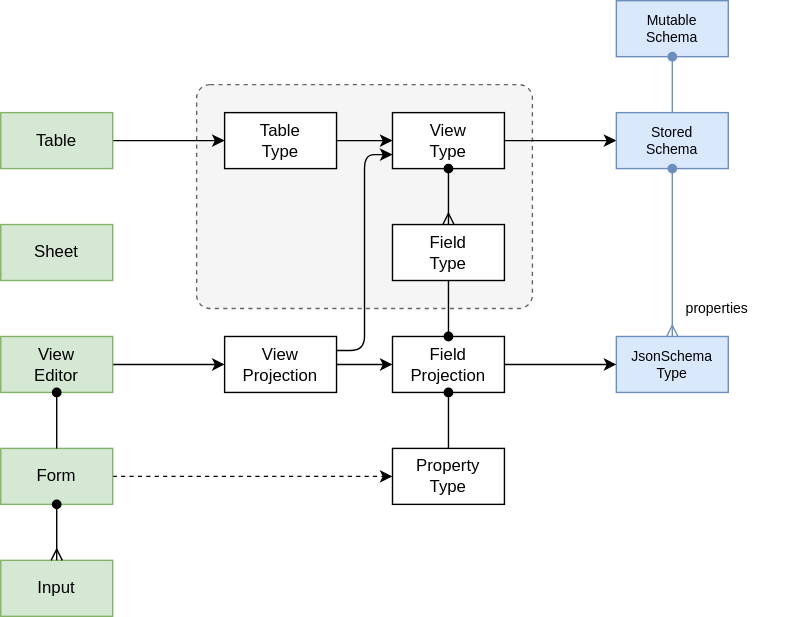
The draw.io diagram packages/sdk/schema/docs/schema.drawio.svg in dxos/dxos, before a commit. Source tidied: cells renumbered, new cells last; positions are measured from the earlier drawing's top-left corner, leaving out a move shared by most shapes. The source it was exported from:
```xml
<mxGraphModel>
  <root>
    <mxCell id="0" />
    <mxCell id="1" parent="0" />
    <mxCell id="2" style="rounded=1;whiteSpace=wrap;html=1;dashed=1;glass=0;perimeterSpacing=0;strokeColor=#666666;shadow=0;fillColor=#f5f5f5;fontColor=#333333;arcSize=6;" parent="1" vertex="1">
      <mxGeometry x="140" y="60" width="240" height="160" as="geometry" />
    </mxCell>
    <mxCell id="3" value="JsonSchema&lt;br style=&quot;font-size: 10px;&quot;&gt;Type" style="rounded=0;whiteSpace=wrap;html=1;fontSize=10;fillColor=#dae8fc;strokeColor=#6c8ebf;" parent="1" vertex="1">
      <mxGeometry x="440" y="240" width="80" height="40" as="geometry" />
    </mxCell>
    <mxCell id="4" style="edgeStyle=none;html=1;exitX=1;exitY=0.5;exitDx=0;exitDy=0;" parent="1" edge="1" source="5" target="8">
      <mxGeometry relative="1" as="geometry" />
    </mxCell>
    <mxCell id="5" value="View&lt;br&gt;Type" style="rounded=0;whiteSpace=wrap;html=1;" parent="1" vertex="1">
      <mxGeometry x="280" y="80" width="80" height="40" as="geometry" />
    </mxCell>
    <mxCell id="6" style="edgeStyle=none;html=1;exitX=1;exitY=0.5;exitDx=0;exitDy=0;" parent="1" edge="1" source="7" target="5">
      <mxGeometry relative="1" as="geometry" />
    </mxCell>
    <mxCell id="7" value="Table&lt;br&gt;Type" style="rounded=0;whiteSpace=wrap;html=1;" parent="1" vertex="1">
      <mxGeometry x="160" y="80" width="80" height="40" as="geometry" />
    </mxCell>
    <mxCell id="8" value="Stored&lt;br style=&quot;font-size: 10px;&quot;&gt;Schema" style="rounded=0;whiteSpace=wrap;html=1;fontSize=10;fillColor=#dae8fc;strokeColor=#6c8ebf;" parent="1" vertex="1">
      <mxGeometry x="440" y="80" width="80" height="40" as="geometry" />
    </mxCell>
    <mxCell id="9" style="edgeStyle=none;html=1;exitX=1;exitY=0.5;exitDx=0;exitDy=0;strokeColor=#000000;fontSize=10;startArrow=none;startFill=0;endArrow=classic;endFill=1;dashed=1;" parent="1" edge="1" source="10" target="13">
      <mxGeometry relative="1" as="geometry" />
    </mxCell>
    <mxCell id="10" value="Form" style="rounded=0;whiteSpace=wrap;html=1;fillColor=#d5e8d4;strokeColor=#82b366;" parent="1" vertex="1">
      <mxGeometry y="320" width="80" height="40" as="geometry" />
    </mxCell>
    <mxCell id="11" style="edgeStyle=none;html=1;fontSize=10;startArrow=none;startFill=0;endArrow=classic;endFill=1;" parent="1" edge="1" source="12" target="16">
      <mxGeometry relative="1" as="geometry" />
    </mxCell>
    <mxCell id="12" value="View&lt;br&gt;Editor" style="rounded=0;whiteSpace=wrap;html=1;fillColor=#d5e8d4;strokeColor=#82b366;" parent="1" vertex="1">
      <mxGeometry y="240" width="80" height="40" as="geometry" />
    </mxCell>
    <mxCell id="13" value="Property&lt;br style=&quot;font-size: 12px;&quot;&gt;Type" style="rounded=0;whiteSpace=wrap;html=1;fontSize=12;" parent="1" vertex="1">
      <mxGeometry x="280" y="320" width="80" height="40" as="geometry" />
    </mxCell>
    <mxCell id="14" style="edgeStyle=none;html=1;exitX=1;exitY=0.5;exitDx=0;exitDy=0;fontSize=10;startArrow=none;startFill=0;endArrow=classic;endFill=1;" parent="1" edge="1" source="16" target="19">
      <mxGeometry relative="1" as="geometry" />
    </mxCell>
    <mxCell id="15" style="edgeStyle=none;html=1;exitX=1;exitY=0.25;exitDx=0;exitDy=0;entryX=0;entryY=0.75;entryDx=0;entryDy=0;strokeColor=#000000;fontSize=10;startArrow=none;startFill=0;endArrow=classic;endFill=1;rounded=1;jumpSize=0;" parent="1" edge="1" source="16" target="5">
      <mxGeometry relative="1" as="geometry">
        <Array as="points">
          <mxPoint x="260" y="250" />
          <mxPoint x="260" y="110" />
        </Array>
      </mxGeometry>
    </mxCell>
    <mxCell id="16" value="View&lt;br&gt;Projection" style="rounded=0;whiteSpace=wrap;html=1;" parent="1" vertex="1">
      <mxGeometry x="160" y="240" width="80" height="40" as="geometry" />
    </mxCell>
    <mxCell id="17" value="Field&lt;br&gt;Type" style="rounded=0;whiteSpace=wrap;html=1;" parent="1" vertex="1">
      <mxGeometry x="280" y="160" width="80" height="40" as="geometry" />
    </mxCell>
    <mxCell id="18" style="edgeStyle=none;html=1;exitX=1;exitY=0.5;exitDx=0;exitDy=0;fontSize=12;startArrow=none;startFill=0;endArrow=classic;endFill=1;" parent="1" edge="1" source="19" target="3">
      <mxGeometry relative="1" as="geometry" />
    </mxCell>
    <mxCell id="19" value="Field&lt;br&gt;Projection" style="rounded=0;whiteSpace=wrap;html=1;" parent="1" vertex="1">
      <mxGeometry x="280" y="240" width="80" height="40" as="geometry" />
    </mxCell>
    <mxCell id="20" style="edgeStyle=none;html=1;exitX=1;exitY=0.5;exitDx=0;exitDy=0;fontSize=10;startArrow=none;startFill=0;endArrow=classic;endFill=1;" parent="1" edge="1" source="21" target="7">
      <mxGeometry relative="1" as="geometry" />
    </mxCell>
    <mxCell id="21" value="Table" style="rounded=0;whiteSpace=wrap;html=1;fillColor=#d5e8d4;strokeColor=#82b366;" parent="1" vertex="1">
      <mxGeometry y="80" width="80" height="40" as="geometry" />
    </mxCell>
    <mxCell id="22" style="edgeStyle=none;html=1;exitX=0.5;exitY=0;exitDx=0;exitDy=0;fontSize=10;startArrow=oval;startFill=1;endArrow=none;endFill=0;" parent="1" edge="1" source="19" target="17">
      <mxGeometry relative="1" as="geometry" />
    </mxCell>
    <mxCell id="23" style="edgeStyle=none;html=1;fontSize=10;startArrow=oval;startFill=1;endArrow=none;endFill=0;" parent="1" edge="1" source="12" target="10">
      <mxGeometry relative="1" as="geometry" />
    </mxCell>
    <mxCell id="24" style="edgeStyle=none;html=1;exitX=0.5;exitY=1;exitDx=0;exitDy=0;fontSize=12;startArrow=oval;startFill=1;endArrow=none;endFill=0;" parent="1" edge="1" source="19" target="13">
      <mxGeometry relative="1" as="geometry" />
    </mxCell>
    <mxCell id="25" value="properties" style="text;html=1;strokeColor=none;fillColor=none;align=left;verticalAlign=middle;whiteSpace=wrap;rounded=0;fontSize=10;spacingLeft=8;spacingRight=8;" parent="1" vertex="1">
      <mxGeometry x="480" y="210" width="80" height="20" as="geometry" />
    </mxCell>
    <mxCell id="26" value="Mutable&lt;br style=&quot;font-size: 10px;&quot;&gt;Schema" style="rounded=0;whiteSpace=wrap;html=1;fillColor=#dae8fc;strokeColor=#6c8ebf;fontSize=10;" parent="1" vertex="1">
      <mxGeometry x="440" width="80" height="40" as="geometry" />
    </mxCell>
    <mxCell id="27" style="edgeStyle=none;html=1;exitX=0.5;exitY=1;exitDx=0;exitDy=0;fillColor=#dae8fc;strokeColor=#6c8ebf;endArrow=ERmany;endFill=0;startArrow=oval;startFill=1;" parent="1" edge="1" source="8" target="3">
      <mxGeometry relative="1" as="geometry" />
    </mxCell>
    <mxCell id="28" style="edgeStyle=none;html=1;exitX=0.5;exitY=1;exitDx=0;exitDy=0;entryX=0.5;entryY=0;entryDx=0;entryDy=0;fontSize=10;startArrow=oval;startFill=1;endArrow=none;endFill=0;strokeColor=#6c8ebf;fillColor=#dae8fc;" parent="1" edge="1" source="26" target="8">
      <mxGeometry relative="1" as="geometry" />
    </mxCell>
    <mxCell id="29" value="Input" style="rounded=0;whiteSpace=wrap;html=1;fillColor=#d5e8d4;strokeColor=#82b366;" parent="1" vertex="1">
      <mxGeometry y="400" width="80" height="40" as="geometry" />
    </mxCell>
    <mxCell id="30" style="edgeStyle=none;html=1;exitX=0.5;exitY=1;exitDx=0;exitDy=0;strokeColor=#000000;fontSize=10;startArrow=oval;startFill=1;endArrow=ERmany;endFill=0;" parent="1" edge="1" source="10" target="29">
      <mxGeometry relative="1" as="geometry" />
    </mxCell>
    <mxCell id="31" style="edgeStyle=none;html=1;exitX=0.5;exitY=1;exitDx=0;exitDy=0;entryX=0.5;entryY=0;entryDx=0;entryDy=0;fontSize=10;startArrow=oval;startFill=1;endArrow=ERmany;endFill=0;" parent="1" edge="1" source="5" target="17">
      <mxGeometry relative="1" as="geometry" />
    </mxCell>
    <mxCell id="32" value="Sheet" style="rounded=0;whiteSpace=wrap;html=1;fillColor=#d5e8d4;strokeColor=#82b366;" parent="1" vertex="1">
      <mxGeometry y="160" width="80" height="40" as="geometry" />
    </mxCell>
  </root>
</mxGraphModel>
```
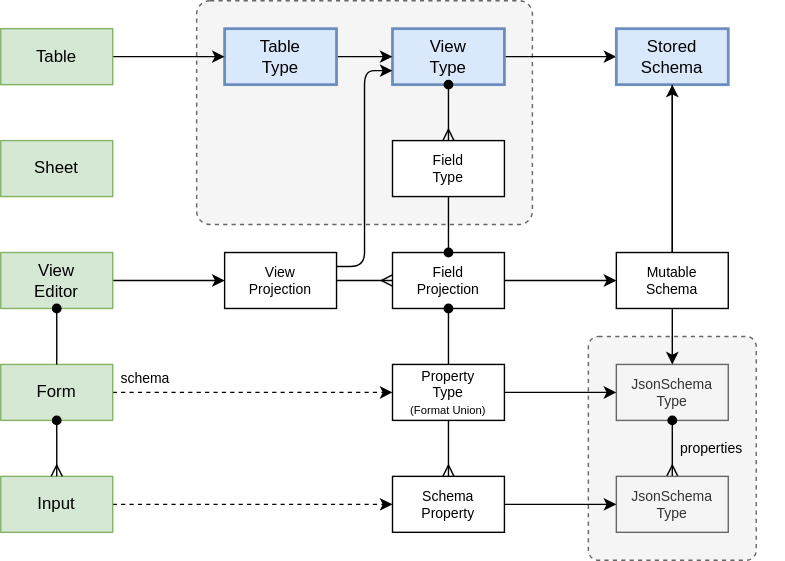
Above is the later version.

The edit, as a diff of the source:
```diff
@@ -2,25 +2,28 @@
   <root>
     <mxCell id="0" />
     <mxCell id="1" parent="0" />
+    <mxCell id="33" style="rounded=1;whiteSpace=wrap;html=1;dashed=1;glass=0;perimeterSpacing=0;strokeColor=#666666;shadow=0;fillColor=#f5f5f5;fontColor=#333333;arcSize=6;" parent="1" vertex="1">
+      <mxGeometry x="420" y="300" width="120" height="160" as="geometry" />
+    </mxCell>
     <mxCell id="2" style="rounded=1;whiteSpace=wrap;html=1;dashed=1;glass=0;perimeterSpacing=0;strokeColor=#666666;shadow=0;fillColor=#f5f5f5;fontColor=#333333;arcSize=6;" parent="1" vertex="1">
       <mxGeometry x="140" y="60" width="240" height="160" as="geometry" />
     </mxCell>
-    <mxCell id="3" value="JsonSchema&lt;br style=&quot;font-size: 10px;&quot;&gt;Type" style="rounded=0;whiteSpace=wrap;html=1;fontSize=10;fillColor=#dae8fc;strokeColor=#6c8ebf;" parent="1" vertex="1">
-      <mxGeometry x="440" y="240" width="80" height="40" as="geometry" />
+    <mxCell id="3" value="JsonSchema&lt;br style=&quot;font-size: 10px;&quot;&gt;Type" style="rounded=0;whiteSpace=wrap;html=1;fontSize=10;fillColor=#f5f5f5;strokeColor=#666666;fontColor=#333333;" parent="1" vertex="1">
+      <mxGeometry x="440" y="320" width="80" height="40" as="geometry" />
     </mxCell>
     <mxCell id="4" style="edgeStyle=none;html=1;exitX=1;exitY=0.5;exitDx=0;exitDy=0;" parent="1" edge="1" source="5" target="8">
       <mxGeometry relative="1" as="geometry" />
     </mxCell>
-    <mxCell id="5" value="View&lt;br&gt;Type" style="rounded=0;whiteSpace=wrap;html=1;" parent="1" vertex="1">
+    <mxCell id="5" value="View&lt;br&gt;Type" style="rounded=0;whiteSpace=wrap;html=1;strokeWidth=2;fillColor=#dae8fc;strokeColor=#6c8ebf;" parent="1" vertex="1">
       <mxGeometry x="280" y="80" width="80" height="40" as="geometry" />
     </mxCell>
     <mxCell id="6" style="edgeStyle=none;html=1;exitX=1;exitY=0.5;exitDx=0;exitDy=0;" parent="1" edge="1" source="7" target="5">
       <mxGeometry relative="1" as="geometry" />
     </mxCell>
-    <mxCell id="7" value="Table&lt;br&gt;Type" style="rounded=0;whiteSpace=wrap;html=1;" parent="1" vertex="1">
+    <mxCell id="7" value="Table&lt;br&gt;Type" style="rounded=0;whiteSpace=wrap;html=1;strokeWidth=2;fillColor=#dae8fc;strokeColor=#6c8ebf;" parent="1" vertex="1">
       <mxGeometry x="160" y="80" width="80" height="40" as="geometry" />
     </mxCell>
-    <mxCell id="8" value="Stored&lt;br style=&quot;font-size: 10px;&quot;&gt;Schema" style="rounded=0;whiteSpace=wrap;html=1;fontSize=10;fillColor=#dae8fc;strokeColor=#6c8ebf;" parent="1" vertex="1">
+    <mxCell id="8" value="Stored&lt;br style=&quot;font-size: 12px;&quot;&gt;Schema" style="rounded=0;whiteSpace=wrap;html=1;fontSize=12;fillColor=#dae8fc;strokeColor=#6c8ebf;strokeWidth=2;" parent="1" vertex="1">
       <mxGeometry x="440" y="80" width="80" height="40" as="geometry" />
     </mxCell>
     <mxCell id="9" style="edgeStyle=none;html=1;exitX=1;exitY=0.5;exitDx=0;exitDy=0;strokeColor=#000000;fontSize=10;startArrow=none;startFill=0;endArrow=classic;endFill=1;dashed=1;" parent="1" edge="1" source="10" target="13">
@@ -35,10 +38,16 @@
     <mxCell id="12" value="View&lt;br&gt;Editor" style="rounded=0;whiteSpace=wrap;html=1;fillColor=#d5e8d4;strokeColor=#82b366;" parent="1" vertex="1">
       <mxGeometry y="240" width="80" height="40" as="geometry" />
     </mxCell>
+    <mxCell id="34" style="edgeStyle=none;html=1;exitX=1;exitY=0.5;exitDx=0;exitDy=0;strokeColor=#000000;fontSize=8;startArrow=none;startFill=0;" parent="1" edge="1" source="13" target="3">
+      <mxGeometry relative="1" as="geometry" />
+    </mxCell>
+    <mxCell id="35" style="edgeStyle=none;html=1;exitX=0.5;exitY=1;exitDx=0;exitDy=0;strokeColor=#000000;fontSize=8;startArrow=none;startFill=0;endArrow=ERmany;endFill=0;" parent="1" edge="1" source="13" target="41">
+      <mxGeometry relative="1" as="geometry" />
+    </mxCell>
-    <mxCell id="13" value="Property&lt;br style=&quot;font-size: 12px;&quot;&gt;Type" style="rounded=0;whiteSpace=wrap;html=1;fontSize=12;" parent="1" vertex="1">
+    <mxCell id="13" value="Property&lt;br style=&quot;font-size: 10px;&quot;&gt;Type&lt;br&gt;&lt;font style=&quot;font-size: 8px;&quot;&gt;(Format Union)&lt;/font&gt;" style="rounded=0;whiteSpace=wrap;html=1;fontSize=10;" parent="1" vertex="1">
       <mxGeometry x="280" y="320" width="80" height="40" as="geometry" />
     </mxCell>
-    <mxCell id="14" style="edgeStyle=none;html=1;exitX=1;exitY=0.5;exitDx=0;exitDy=0;fontSize=10;startArrow=none;startFill=0;endArrow=classic;endFill=1;" parent="1" edge="1" source="16" target="19">
+    <mxCell id="14" style="edgeStyle=none;html=1;exitX=1;exitY=0.5;exitDx=0;exitDy=0;fontSize=10;startArrow=none;startFill=0;endArrow=ERmany;endFill=0;" parent="1" edge="1" source="16" target="19">
       <mxGeometry relative="1" as="geometry" />
     </mxCell>
     <mxCell id="15" style="edgeStyle=none;html=1;exitX=1;exitY=0.25;exitDx=0;exitDy=0;entryX=0;entryY=0.75;entryDx=0;entryDy=0;strokeColor=#000000;fontSize=10;startArrow=none;startFill=0;endArrow=classic;endFill=1;rounded=1;jumpSize=0;" parent="1" edge="1" source="16" target="5">
@@ -49,16 +58,16 @@
         </Array>
       </mxGeometry>
     </mxCell>
-    <mxCell id="16" value="View&lt;br&gt;Projection" style="rounded=0;whiteSpace=wrap;html=1;" parent="1" vertex="1">
+    <mxCell id="16" value="View&lt;br style=&quot;font-size: 10px;&quot;&gt;Projection" style="rounded=0;whiteSpace=wrap;html=1;fontSize=10;" parent="1" vertex="1">
       <mxGeometry x="160" y="240" width="80" height="40" as="geometry" />
     </mxCell>
-    <mxCell id="17" value="Field&lt;br&gt;Type" style="rounded=0;whiteSpace=wrap;html=1;" parent="1" vertex="1">
+    <mxCell id="17" value="Field&lt;br style=&quot;font-size: 10px;&quot;&gt;Type" style="rounded=0;whiteSpace=wrap;html=1;fontSize=10;" parent="1" vertex="1">
       <mxGeometry x="280" y="160" width="80" height="40" as="geometry" />
     </mxCell>
-    <mxCell id="18" style="edgeStyle=none;html=1;exitX=1;exitY=0.5;exitDx=0;exitDy=0;fontSize=12;startArrow=none;startFill=0;endArrow=classic;endFill=1;" parent="1" edge="1" source="19" target="3">
+    <mxCell id="18" style="edgeStyle=none;html=1;fontSize=12;startArrow=none;startFill=0;endArrow=classic;endFill=1;" parent="1" edge="1" source="19" target="26">
       <mxGeometry relative="1" as="geometry" />
     </mxCell>
-    <mxCell id="19" value="Field&lt;br&gt;Projection" style="rounded=0;whiteSpace=wrap;html=1;" parent="1" vertex="1">
+    <mxCell id="19" value="Field&lt;br style=&quot;font-size: 10px;&quot;&gt;Projection" style="rounded=0;whiteSpace=wrap;html=1;fontSize=10;" parent="1" vertex="1">
       <mxGeometry x="280" y="240" width="80" height="40" as="geometry" />
     </mxCell>
     <mxCell id="20" style="edgeStyle=none;html=1;exitX=1;exitY=0.5;exitDx=0;exitDy=0;fontSize=10;startArrow=none;startFill=0;endArrow=classic;endFill=1;" parent="1" edge="1" source="21" target="7">
@@ -76,18 +85,27 @@
     <mxCell id="24" style="edgeStyle=none;html=1;exitX=0.5;exitY=1;exitDx=0;exitDy=0;fontSize=12;startArrow=oval;startFill=1;endArrow=none;endFill=0;" parent="1" edge="1" source="19" target="13">
       <mxGeometry relative="1" as="geometry" />
     </mxCell>
-    <mxCell id="25" value="properties" style="text;html=1;strokeColor=none;fillColor=none;align=left;verticalAlign=middle;whiteSpace=wrap;rounded=0;fontSize=10;spacingLeft=8;spacingRight=8;" parent="1" vertex="1">
-      <mxGeometry x="480" y="210" width="80" height="20" as="geometry" />
+    <mxCell id="25" value="properties" style="text;html=1;strokeColor=none;fillColor=none;align=left;verticalAlign=middle;whiteSpace=wrap;rounded=0;fontSize=10;spacingLeft=4;spacingRight=8;" parent="1" vertex="1">
+      <mxGeometry x="480" y="370" width="80" height="20" as="geometry" />
     </mxCell>
+    <mxCell id="36" style="edgeStyle=none;html=1;strokeColor=#000000;fontSize=10;" parent="1" edge="1" source="26" target="8">
+      <mxGeometry relative="1" as="geometry" />
+    </mxCell>
+    <mxCell id="37" style="edgeStyle=none;html=1;exitX=0.5;exitY=1;exitDx=0;exitDy=0;entryX=0.5;entryY=0;entryDx=0;entryDy=0;strokeColor=#000000;fontSize=10;" parent="1" edge="1" source="26" target="3">
+      <mxGeometry relative="1" as="geometry" />
+    </mxCell>
-    <mxCell id="26" value="Mutable&lt;br style=&quot;font-size: 10px;&quot;&gt;Schema" style="rounded=0;whiteSpace=wrap;html=1;fillColor=#dae8fc;strokeColor=#6c8ebf;fontSize=10;" parent="1" vertex="1">
-      <mxGeometry x="440" width="80" height="40" as="geometry" />
+    <mxCell id="26" value="Mutable&lt;br style=&quot;font-size: 10px;&quot;&gt;Schema" style="rounded=0;whiteSpace=wrap;html=1;fontSize=10;" parent="1" vertex="1">
+      <mxGeometry x="440" y="240" width="80" height="40" as="geometry" />
     </mxCell>
-    <mxCell id="27" style="edgeStyle=none;html=1;exitX=0.5;exitY=1;exitDx=0;exitDy=0;fillColor=#dae8fc;strokeColor=#6c8ebf;endArrow=ERmany;endFill=0;startArrow=oval;startFill=1;" parent="1" edge="1" source="8" target="3">
+    <mxCell id="27" style="edgeStyle=none;html=1;fillColor=#dae8fc;strokeColor=#000000;endArrow=ERmany;endFill=0;startArrow=oval;startFill=1;" parent="1" edge="1" source="3" target="39">
       <mxGeometry relative="1" as="geometry" />
     </mxCell>
-    <mxCell id="28" style="edgeStyle=none;html=1;exitX=0.5;exitY=1;exitDx=0;exitDy=0;entryX=0.5;entryY=0;entryDx=0;entryDy=0;fontSize=10;startArrow=oval;startFill=1;endArrow=none;endFill=0;strokeColor=#6c8ebf;fillColor=#dae8fc;" parent="1" edge="1" source="26" target="8">
+    <mxCell id="28" style="edgeStyle=none;html=1;fontSize=10;startArrow=none;startFill=0;endArrow=none;endFill=0;strokeColor=#000000;fillColor=#dae8fc;" parent="1" edge="1" source="26" target="8">
       <mxGeometry relative="1" as="geometry" />
     </mxCell>
+    <mxCell id="38" style="edgeStyle=none;html=1;exitX=1;exitY=0.5;exitDx=0;exitDy=0;strokeColor=#000000;fontSize=8;startArrow=none;startFill=0;endArrow=classic;endFill=1;dashed=1;" parent="1" edge="1" source="29" target="41">
+      <mxGeometry relative="1" as="geometry" />
+    </mxCell>
     <mxCell id="29" value="Input" style="rounded=0;whiteSpace=wrap;html=1;fillColor=#d5e8d4;strokeColor=#82b366;" parent="1" vertex="1">
       <mxGeometry y="400" width="80" height="40" as="geometry" />
     </mxCell>
@@ -100,5 +118,17 @@
     <mxCell id="32" value="Sheet" style="rounded=0;whiteSpace=wrap;html=1;fillColor=#d5e8d4;strokeColor=#82b366;" parent="1" vertex="1">
       <mxGeometry y="160" width="80" height="40" as="geometry" />
     </mxCell>
+    <mxCell id="39" value="JsonSchema&lt;br style=&quot;font-size: 10px;&quot;&gt;Type" style="rounded=0;whiteSpace=wrap;html=1;fontSize=10;fillColor=#f5f5f5;strokeColor=#666666;fontColor=#333333;" parent="1" vertex="1">
+      <mxGeometry x="440" y="400" width="80" height="40" as="geometry" />
+    </mxCell>
+    <mxCell id="40" style="edgeStyle=none;html=1;exitX=1;exitY=0.5;exitDx=0;exitDy=0;entryX=0;entryY=0.5;entryDx=0;entryDy=0;strokeColor=#000000;fontSize=8;startArrow=none;startFill=0;" parent="1" edge="1" source="41" target="39">
+      <mxGeometry relative="1" as="geometry" />
+    </mxCell>
+    <mxCell id="41" value="Schema&lt;br&gt;Property" style="rounded=0;whiteSpace=wrap;html=1;fontSize=10;" parent="1" vertex="1">
+      <mxGeometry x="280" y="400" width="80" height="40" as="geometry" />
+    </mxCell>
+    <mxCell id="42" value="schema" style="text;html=1;strokeColor=none;fillColor=none;align=left;verticalAlign=middle;whiteSpace=wrap;rounded=0;fontSize=10;spacingLeft=4;spacingRight=8;" parent="1" vertex="1">
+      <mxGeometry x="80" y="320" width="80" height="20" as="geometry" />
+    </mxCell>
   </root>
 </mxGraphModel>
```
